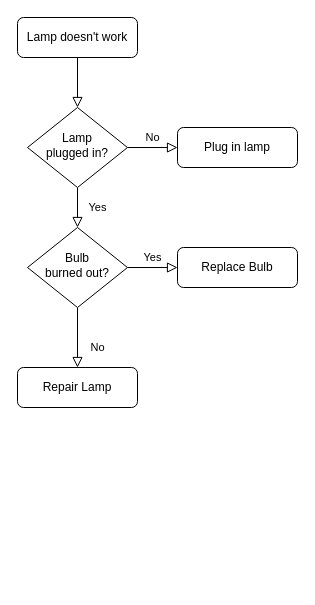
jeefs/mindGraph keeps this draw.io diagram as index-scan.drawio. Above is the earlier version. Source tidied: cells renumbered, new cells numbered last; positions are measured from the earlier drawing's top-left corner, leaving out a move shared by most shapes. Both pictures are drawn from the tidied source at 100%, with x=0, y=0 at pixel (17, 17).
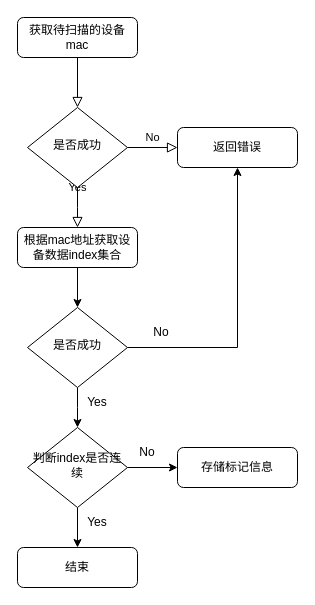
The same page after the edit.

The edit, as a diff of the source:
```diff
@@
-    <mxCell id="3" value="Lamp doesn't work" style="rounded=1;whiteSpace=wrap;html=1;fontSize=12;glass=0;strokeWidth=1;shadow=0;" parent="1" vertex="1">
+    <mxCell id="3" value="获取待扫描的设备mac" style="rounded=1;whiteSpace=wrap;html=1;fontSize=12;glass=0;strokeWidth=1;shadow=0;" parent="1" vertex="1">
       <mxGeometry width="120" height="40" as="geometry" />
     </mxCell>
-    <mxCell id="4" value="Yes" style="rounded=0;html=1;jettySize=auto;fontSize=11;endArrow=block;endFill=0;endSize=8;strokeWidth=1;shadow=0;labelBackgroundColor=none;edgeStyle=orthogonalEdgeStyle;" parent="1" edge="1" source="6" target="10">
-      <mxGeometry y="20" relative="1" as="geometry" />
+    <mxCell id="4" value="Yes" style="rounded=0;html=1;jettySize=auto;fontSize=11;endArrow=block;endFill=0;endSize=8;strokeWidth=1;shadow=0;labelBackgroundColor=none;edgeStyle=orthogonalEdgeStyle;" parent="1" edge="1" source="6">
+      <mxGeometry y="20" relative="1" as="geometry">
+        <mxPoint x="60" y="210" as="targetPoint" />
+      </mxGeometry>
     </mxCell>
@@
-    <mxCell id="6" value="Lamp&lt;br&gt;plugged in?" style="rhombus;whiteSpace=wrap;html=1;shadow=0;fontFamily=Helvetica;fontSize=12;align=center;strokeWidth=1;spacing=6;spacingTop=-4;" parent="1" vertex="1">
+    <mxCell id="6" value="是否成功" style="rhombus;whiteSpace=wrap;html=1;shadow=0;fontFamily=Helvetica;fontSize=12;align=center;strokeWidth=1;spacing=6;spacingTop=-4;" parent="1" vertex="1">
       <mxGeometry x="10" y="90" width="100" height="80" as="geometry" />
     </mxCell>
-    <mxCell id="7" value="Plug in lamp" style="rounded=1;whiteSpace=wrap;html=1;fontSize=12;glass=0;strokeWidth=1;shadow=0;" parent="1" vertex="1">
+    <mxCell id="7" value="返回错误" style="rounded=1;whiteSpace=wrap;html=1;fontSize=12;glass=0;strokeWidth=1;shadow=0;" parent="1" vertex="1">
       <mxGeometry x="160" y="110" width="120" height="40" as="geometry" />
     </mxCell>
-    <mxCell id="8" value="No" style="rounded=0;html=1;jettySize=auto;fontSize=11;endArrow=block;endFill=0;endSize=8;strokeWidth=1;shadow=0;labelBackgroundColor=none;edgeStyle=orthogonalEdgeStyle;" parent="1" edge="1" source="10" target="11">
-      <mxGeometry x="0.33" y="20" relative="1" as="geometry" />
-    </mxCell>
-    <mxCell id="9" value="Yes" style="edgeStyle=orthogonalEdgeStyle;rounded=0;html=1;jettySize=auto;fontSize=11;endArrow=block;endFill=0;endSize=8;strokeWidth=1;shadow=0;labelBackgroundColor=none;" parent="1" edge="1" source="10" target="12">
-      <mxGeometry y="10" relative="1" as="geometry" />
-    </mxCell>
-    <mxCell id="10" value="Bulb&lt;br&gt;burned out?" style="rhombus;whiteSpace=wrap;html=1;shadow=0;fontFamily=Helvetica;fontSize=12;align=center;strokeWidth=1;spacing=6;spacingTop=-4;" parent="1" vertex="1">
-      <mxGeometry x="10" y="210" width="100" height="80" as="geometry" />
-    </mxCell>
+    <mxCell id="13" style="edgeStyle=orthogonalEdgeStyle;rounded=0;jettySize=auto;html=1;" parent="1" edge="1" source="11" target="16">
+      <mxGeometry relative="1" as="geometry" />
+    </mxCell>
-    <mxCell id="11" value="Repair Lamp" style="rounded=1;whiteSpace=wrap;html=1;fontSize=12;glass=0;strokeWidth=1;shadow=0;" parent="1" vertex="1">
-      <mxGeometry y="350" width="120" height="40" as="geometry" />
+    <mxCell id="11" value="根据mac地址获取设备数据index集合" style="rounded=1;whiteSpace=wrap;html=1;fontSize=12;glass=0;strokeWidth=1;shadow=0;" parent="1" vertex="1">
+      <mxGeometry y="210" width="120" height="40" as="geometry" />
     </mxCell>
-    <mxCell id="12" value="Replace Bulb" style="rounded=1;whiteSpace=wrap;html=1;fontSize=12;glass=0;strokeWidth=1;shadow=0;" parent="1" vertex="1">
-      <mxGeometry x="160" y="230" width="120" height="40" as="geometry" />
-    </mxCell>
+    <mxCell id="14" style="edgeStyle=orthogonalEdgeStyle;rounded=0;jettySize=auto;html=1;entryX=0.5;entryY=1;entryDx=0;entryDy=0;" parent="1" edge="1" source="16" target="7">
+      <mxGeometry relative="1" as="geometry">
+        <Array as="points">
+          <mxPoint x="220" y="330" />
+        </Array>
+      </mxGeometry>
+    </mxCell>
+    <mxCell id="15" style="edgeStyle=orthogonalEdgeStyle;rounded=0;jettySize=auto;html=1;" parent="1" edge="1" source="16">
+      <mxGeometry relative="1" as="geometry">
+        <mxPoint x="60" y="410" as="targetPoint" />
+      </mxGeometry>
+    </mxCell>
+    <mxCell id="16" value="是否成功" style="rhombus;whiteSpace=wrap;html=1;shadow=0;fontFamily=Helvetica;fontSize=12;align=center;strokeWidth=1;spacing=6;spacingTop=-4;" parent="1" vertex="1">
+      <mxGeometry x="10" y="290" width="100" height="80" as="geometry" />
+    </mxCell>
+    <mxCell id="17" value="No" style="text;strokeColor=none;align=center;fillColor=none;html=1;verticalAlign=middle;whiteSpace=wrap;rounded=0;" parent="1" vertex="1">
+      <mxGeometry x="114" y="300" width="60" height="30" as="geometry" />
+    </mxCell>
+    <mxCell id="18" style="edgeStyle=orthogonalEdgeStyle;rounded=0;jettySize=auto;html=1;" parent="1" edge="1" source="20" target="21">
+      <mxGeometry relative="1" as="geometry" />
+    </mxCell>
+    <mxCell id="19" style="edgeStyle=orthogonalEdgeStyle;rounded=0;jettySize=auto;html=1;" parent="1" edge="1" source="20" target="23">
+      <mxGeometry relative="1" as="geometry" />
+    </mxCell>
+    <mxCell id="20" value="判断index是否连续" style="rhombus;whiteSpace=wrap;html=1;shadow=0;fontFamily=Helvetica;fontSize=12;align=center;strokeWidth=1;spacing=6;spacingTop=-4;" parent="1" vertex="1">
+      <mxGeometry x="10" y="410" width="100" height="80" as="geometry" />
+    </mxCell>
+    <mxCell id="21" value="存储标记信息" style="rounded=1;whiteSpace=wrap;html=1;fontSize=12;glass=0;strokeWidth=1;shadow=0;" parent="1" vertex="1">
+      <mxGeometry x="160" y="430" width="120" height="40" as="geometry" />
+    </mxCell>
+    <mxCell id="22" value="No" style="text;strokeColor=none;align=center;fillColor=none;html=1;verticalAlign=middle;whiteSpace=wrap;rounded=0;" parent="1" vertex="1">
+      <mxGeometry x="100" y="420" width="60" height="30" as="geometry" />
+    </mxCell>
+    <mxCell id="23" value="结束" style="rounded=1;whiteSpace=wrap;html=1;fontSize=12;glass=0;strokeWidth=1;shadow=0;" parent="1" vertex="1">
+      <mxGeometry y="530" width="120" height="40" as="geometry" />
+    </mxCell>
+    <mxCell id="24" value="Yes" style="text;strokeColor=none;align=center;fillColor=none;html=1;verticalAlign=middle;whiteSpace=wrap;rounded=0;" parent="1" vertex="1">
+      <mxGeometry x="50" y="490" width="60" height="30" as="geometry" />
+    </mxCell>
+    <mxCell id="25" value="Yes" style="text;strokeColor=none;align=center;fillColor=none;html=1;verticalAlign=middle;whiteSpace=wrap;rounded=0;" parent="1" vertex="1">
+      <mxGeometry x="50" y="370" width="60" height="30" as="geometry" />
+    </mxCell>
```
